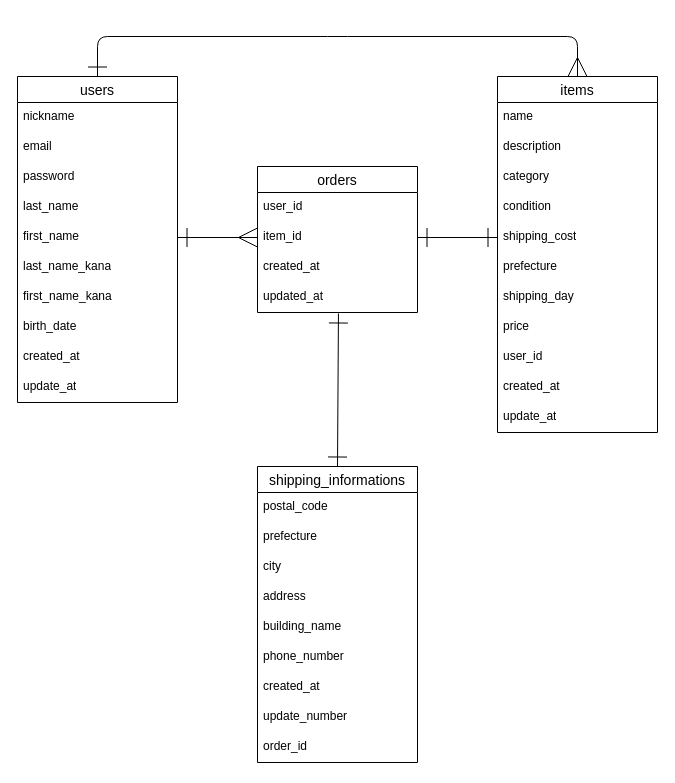
This is ER.dio from Ri9mochi/furima-46253, a draw.io file, before an edit. Source tidied: cells renumbered, new cells numbered last; positions are measured from the earlier drawing's top-left corner, leaving out a move shared by most shapes. Both pictures are drawn from the tidied source at 100%, with x=0, y=0 at pixel (17, 36).
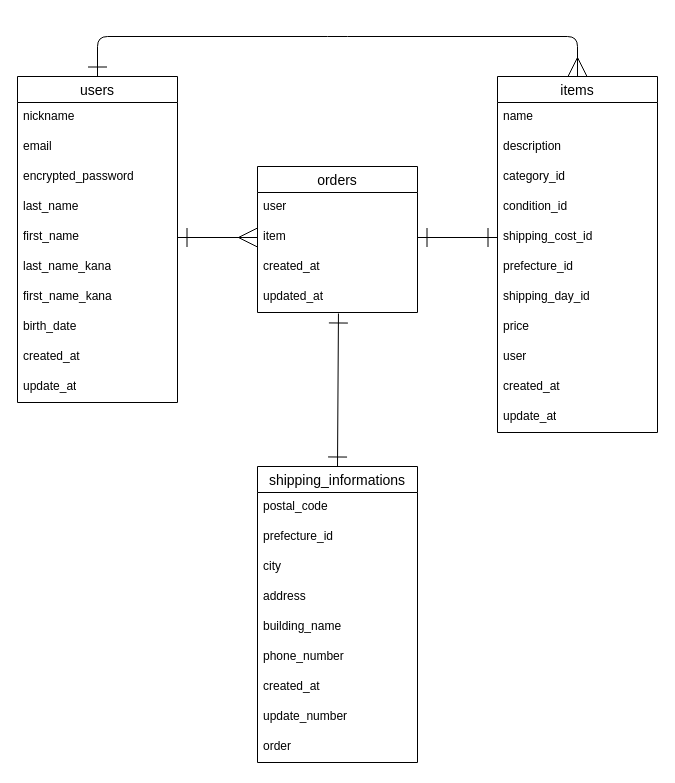
The same diagram, later.

The change refers to these unchanged cells:
```xml
<mxCell id="2" value="users" style="swimlane;fontStyle=0;horizontal=1;startSize=26;align=center;fontSize=14;" parent="1" vertex="1">
  <mxGeometry y="40" width="160" height="326" as="geometry" />
</mxCell>
<mxCell id="13" value="items" style="swimlane;fontStyle=0;horizontal=1;startSize=26;align=center;fontSize=14;" parent="1" vertex="1">
  <mxGeometry x="480" y="40" width="160" height="356" as="geometry" />
</mxCell>
<mxCell id="25" value="orders" style="swimlane;fontStyle=0;horizontal=1;startSize=26;align=center;fontSize=14;" parent="1" vertex="1">
  <mxGeometry x="240" y="130" width="160" height="146" as="geometry" />
</mxCell>
<mxCell id="30" value="shipping_informations" style="swimlane;fontStyle=0;horizontal=1;startSize=26;align=center;fontSize=14;" parent="1" vertex="1">
  <mxGeometry x="240" y="430" width="160" height="296" as="geometry" />
</mxCell>
```

Diff of the diagram source:
```diff
@@
-    <mxCell id="5" value="password" style="text;strokeColor=none;fillColor=none;spacingLeft=4;spacingRight=4;overflow=hidden;fontSize=12;whiteSpace=wrap;html=1;" parent="2" vertex="1">
+    <mxCell id="5" value="encrypted_password" style="text;strokeColor=none;fillColor=none;spacingLeft=4;spacingRight=4;overflow=hidden;fontSize=12;whiteSpace=wrap;html=1;" parent="2" vertex="1">
       <mxGeometry y="86" width="160" height="30" as="geometry" />
     </mxCell>
@@
-    <mxCell id="16" value="category" style="text;strokeColor=none;fillColor=none;spacingLeft=4;spacingRight=4;overflow=hidden;fontSize=12;whiteSpace=wrap;html=1;" parent="13" vertex="1">
+    <mxCell id="16" value="category_id" style="text;strokeColor=none;fillColor=none;spacingLeft=4;spacingRight=4;overflow=hidden;fontSize=12;whiteSpace=wrap;html=1;" parent="13" vertex="1">
       <mxGeometry y="86" width="160" height="30" as="geometry" />
     </mxCell>
-    <mxCell id="17" value="condition" style="text;strokeColor=none;fillColor=none;spacingLeft=4;spacingRight=4;overflow=hidden;fontSize=12;whiteSpace=wrap;html=1;" parent="13" vertex="1">
+    <mxCell id="17" value="condition_id" style="text;strokeColor=none;fillColor=none;spacingLeft=4;spacingRight=4;overflow=hidden;fontSize=12;whiteSpace=wrap;html=1;" parent="13" vertex="1">
       <mxGeometry y="116" width="160" height="30" as="geometry" />
     </mxCell>
-    <mxCell id="18" value="shipping_cost" style="text;strokeColor=none;fillColor=none;spacingLeft=4;spacingRight=4;overflow=hidden;points=[[0,0.5],[1,0.5]];portConstraint=eastwest;fontSize=12;whiteSpace=wrap;html=1;" parent="13" vertex="1">
+    <mxCell id="18" value="shipping_cost_id" style="text;strokeColor=none;fillColor=none;spacingLeft=4;spacingRight=4;overflow=hidden;points=[[0,0.5],[1,0.5]];portConstraint=eastwest;fontSize=12;whiteSpace=wrap;html=1;" parent="13" vertex="1">
       <mxGeometry y="146" width="160" height="30" as="geometry" />
     </mxCell>
-    <mxCell id="19" value="prefecture" style="text;strokeColor=none;fillColor=none;spacingLeft=4;spacingRight=4;overflow=hidden;fontSize=12;whiteSpace=wrap;html=1;" parent="13" vertex="1">
+    <mxCell id="19" value="prefecture_id" style="text;strokeColor=none;fillColor=none;spacingLeft=4;spacingRight=4;overflow=hidden;fontSize=12;whiteSpace=wrap;html=1;" parent="13" vertex="1">
       <mxGeometry y="176" width="160" height="30" as="geometry" />
     </mxCell>
-    <mxCell id="20" value="shipping_day" style="text;strokeColor=none;fillColor=none;spacingLeft=4;spacingRight=4;overflow=hidden;fontSize=12;whiteSpace=wrap;html=1;" parent="13" vertex="1">
+    <mxCell id="20" value="shipping_day_id" style="text;strokeColor=none;fillColor=none;spacingLeft=4;spacingRight=4;overflow=hidden;fontSize=12;whiteSpace=wrap;html=1;" parent="13" vertex="1">
       <mxGeometry y="206" width="160" height="30" as="geometry" />
     </mxCell>
@@
-    <mxCell id="22" value="user_id" style="text;strokeColor=none;fillColor=none;spacingLeft=4;spacingRight=4;overflow=hidden;fontSize=12;whiteSpace=wrap;html=1;" parent="13" vertex="1">
+    <mxCell id="22" value="user" style="text;strokeColor=none;fillColor=none;spacingLeft=4;spacingRight=4;overflow=hidden;fontSize=12;whiteSpace=wrap;html=1;" parent="13" vertex="1">
       <mxGeometry y="266" width="160" height="30" as="geometry" />
     </mxCell>
@@
-    <mxCell id="26" value="user_id" style="text;strokeColor=none;fillColor=none;spacingLeft=4;spacingRight=4;overflow=hidden;fontSize=12;whiteSpace=wrap;html=1;" parent="25" vertex="1">
+    <mxCell id="26" value="user" style="text;strokeColor=none;fillColor=none;spacingLeft=4;spacingRight=4;overflow=hidden;fontSize=12;whiteSpace=wrap;html=1;" parent="25" vertex="1">
       <mxGeometry y="26" width="160" height="30" as="geometry" />
     </mxCell>
-    <mxCell id="27" value="item_id" style="text;strokeColor=none;fillColor=none;spacingLeft=4;spacingRight=4;overflow=hidden;points=[[0,0.5],[1,0.5]];portConstraint=eastwest;fontSize=12;whiteSpace=wrap;html=1;" parent="25" vertex="1">
+    <mxCell id="27" value="item" style="text;strokeColor=none;fillColor=none;spacingLeft=4;spacingRight=4;overflow=hidden;points=[[0,0.5],[1,0.5]];portConstraint=eastwest;fontSize=12;whiteSpace=wrap;html=1;" parent="25" vertex="1">
       <mxGeometry y="56" width="160" height="30" as="geometry" />
     </mxCell>
@@
-    <mxCell id="32" value="prefecture" style="text;strokeColor=none;fillColor=none;spacingLeft=4;spacingRight=4;overflow=hidden;fontSize=12;whiteSpace=wrap;html=1;" parent="30" vertex="1">
+    <mxCell id="32" value="prefecture_id" style="text;strokeColor=none;fillColor=none;spacingLeft=4;spacingRight=4;overflow=hidden;fontSize=12;whiteSpace=wrap;html=1;" parent="30" vertex="1">
       <mxGeometry y="56" width="160" height="30" as="geometry" />
     </mxCell>
@@
-    <mxCell id="39" value="order_id" style="text;strokeColor=none;fillColor=none;spacingLeft=4;spacingRight=4;overflow=hidden;fontSize=12;whiteSpace=wrap;html=1;" parent="30" vertex="1">
+    <mxCell id="39" value="order" style="text;strokeColor=none;fillColor=none;spacingLeft=4;spacingRight=4;overflow=hidden;fontSize=12;whiteSpace=wrap;html=1;" parent="30" vertex="1">
       <mxGeometry y="266" width="160" height="30" as="geometry" />
     </mxCell>
```
